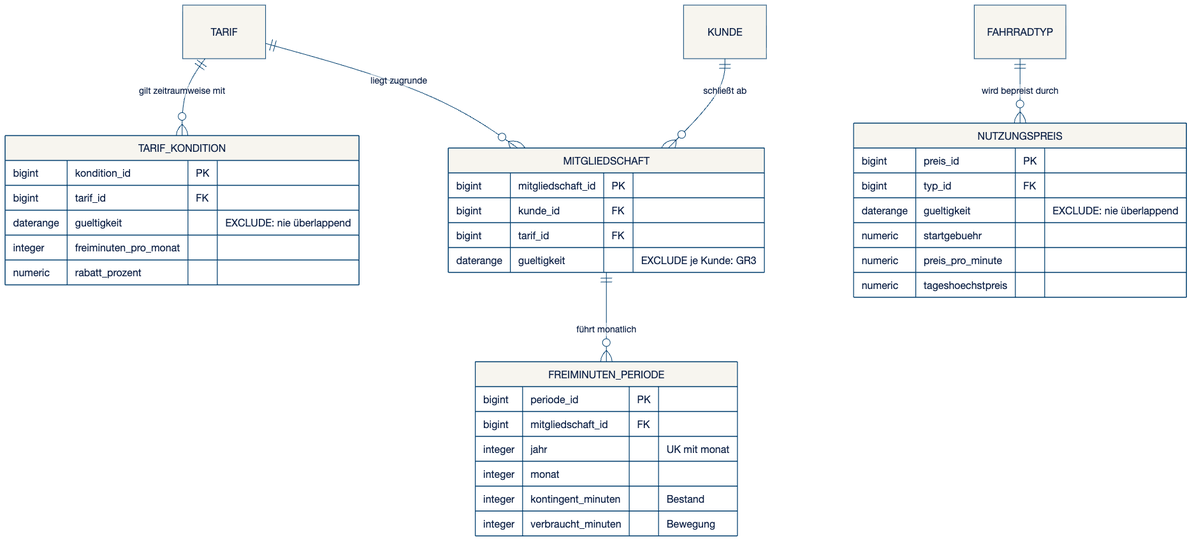
This is slides/assets/rel-c-tarif-und-preis.png from swrobuts/velocity-fallstudie, a Mermaid export, as it was before one commit. Its source is kept beside it as doku/datenmodell/erd/rel-c-tarif-und-preis.mmd.
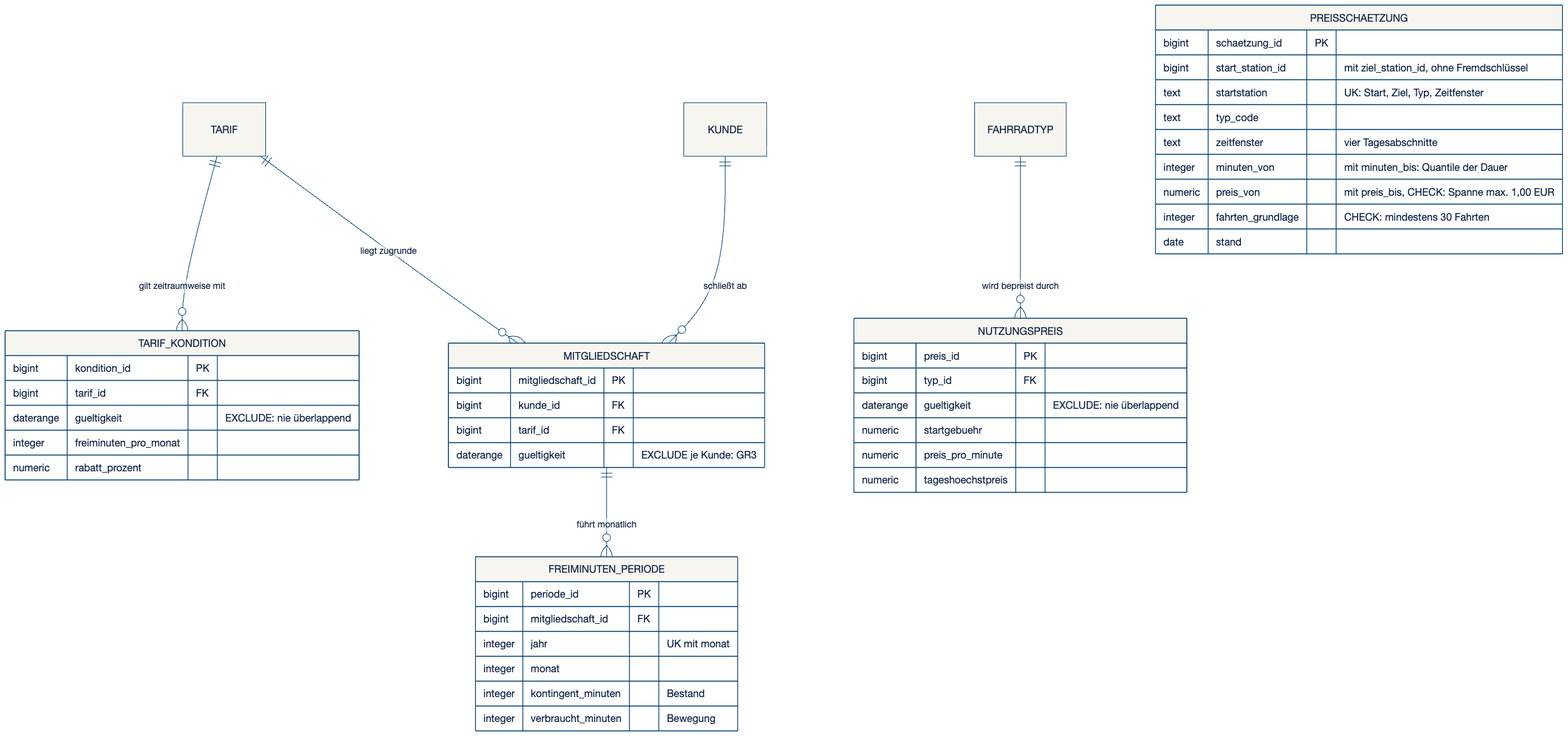
After the change.

Commit message:
fix(erd): drei Diagramme kannten die Preisschaetzung nicht

Change to the diagram source:
```diff
@@ -34,3 +34,14 @@
         numeric   preis_pro_minute
         numeric   tageshoechstpreis
     }
+    PREISSCHAETZUNG {
+        bigint  schaetzung_id     PK
+        bigint  start_station_id  "mit ziel_station_id, ohne Fremdschlüssel"
+        text    startstation      "UK: Start, Ziel, Typ, Zeitfenster"
+        text    typ_code
+        text    zeitfenster       "vier Tagesabschnitte"
+        integer minuten_von       "mit minuten_bis: Quantile der Dauer"
+        numeric preis_von         "mit preis_bis, CHECK: Spanne max. 1,00 EUR"
+        integer fahrten_grundlage "CHECK: mindestens 30 Fahrten"
+        date    stand
+    }
```
